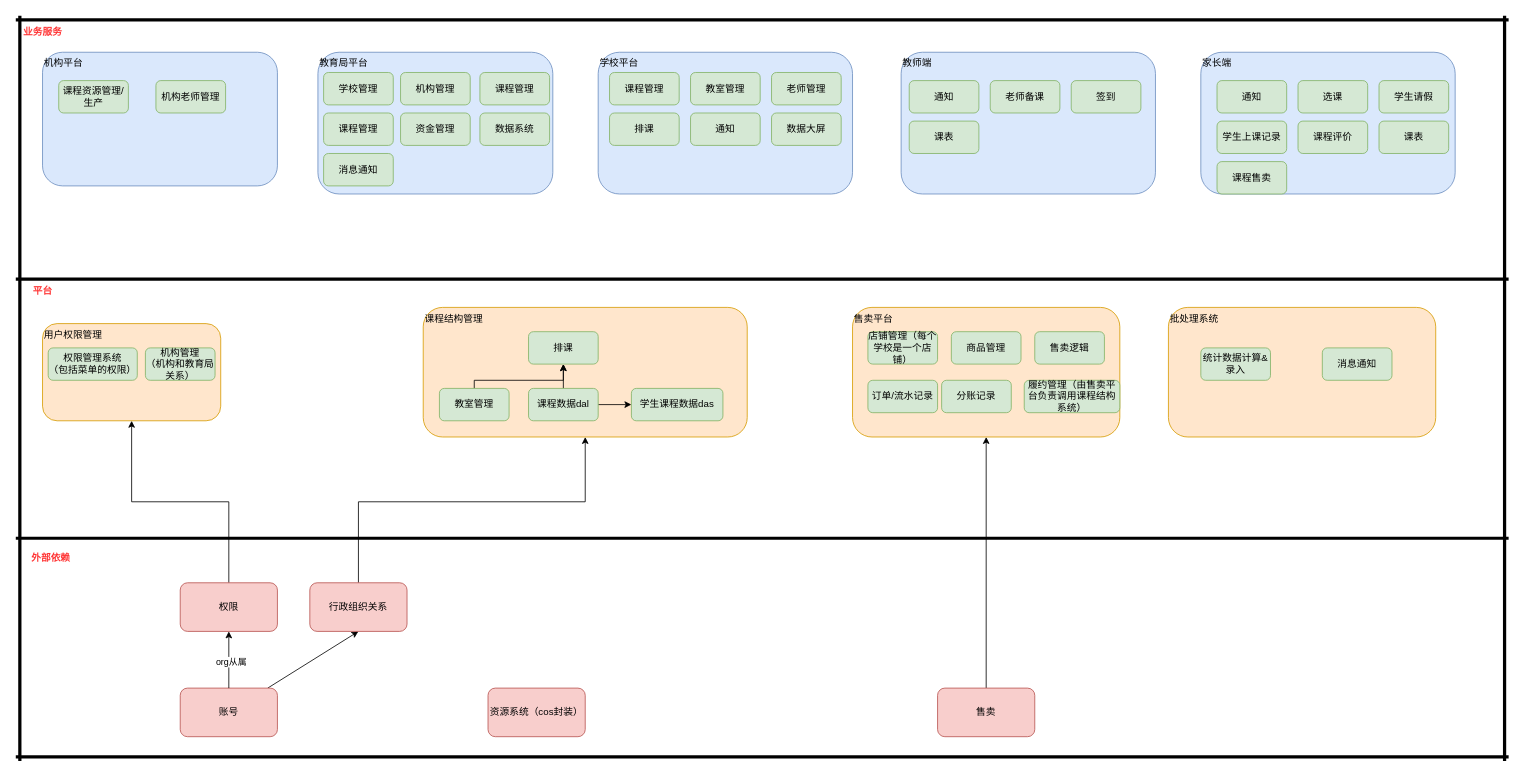
Before: 330-组织架构.drawio in wgyuuu/flow_chart, a draw.io diagram. Source tidied: cells renumbered, new cells numbered last; positions are measured from the earlier drawing's top-left corner, leaving out a move shared by most shapes. Both pictures are drawn from the tidied source at 81%, with x=0, y=0 at pixel (15, 15).
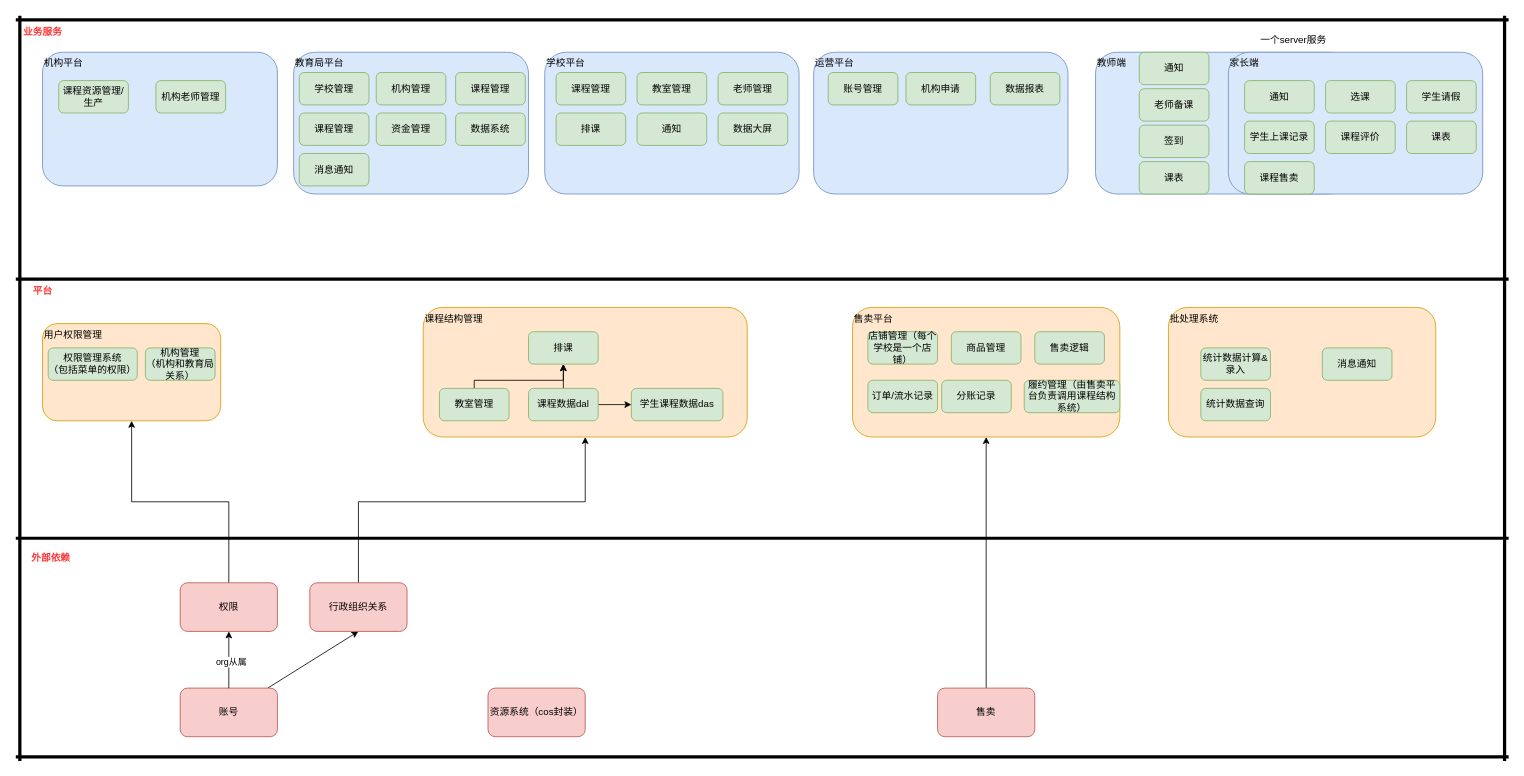
The same page after the edit.

Change to the diagram source:
```diff
@@
     <mxCell id="23" value="教育局平台" style="rounded=1;whiteSpace=wrap;html=1;align=left;verticalAlign=top;fillColor=#dae8fc;strokeColor=#6c8ebf;" parent="1" vertex="1">
-      <mxGeometry x="373" y="45" width="290" height="175" as="geometry" />
+      <mxGeometry x="343" y="45" width="290" height="175" as="geometry" />
     </mxCell>
@@
     <mxCell id="32" value="学校管理" style="rounded=1;whiteSpace=wrap;html=1;align=center;verticalAlign=middle;fillColor=#d5e8d4;strokeColor=#82b366;" parent="1" vertex="1">
-      <mxGeometry x="380" y="70" width="86" height="40" as="geometry" />
+      <mxGeometry x="350" y="70" width="86" height="40" as="geometry" />
     </mxCell>
     <mxCell id="33" value="机构管理" style="rounded=1;whiteSpace=wrap;html=1;align=center;verticalAlign=middle;fillColor=#d5e8d4;strokeColor=#82b366;" parent="1" vertex="1">
-      <mxGeometry x="475" y="70" width="86" height="40" as="geometry" />
+      <mxGeometry x="445" y="70" width="86" height="40" as="geometry" />
     </mxCell>
     <mxCell id="34" value="课程管理" style="rounded=1;whiteSpace=wrap;html=1;align=center;verticalAlign=middle;fillColor=#d5e8d4;strokeColor=#82b366;" parent="1" vertex="1">
-      <mxGeometry x="573" y="70" width="86" height="40" as="geometry" />
+      <mxGeometry x="543" y="70" width="86" height="40" as="geometry" />
     </mxCell>
     <mxCell id="35" value="课程管理" style="rounded=1;whiteSpace=wrap;html=1;align=center;verticalAlign=middle;fillColor=#d5e8d4;strokeColor=#82b366;" parent="1" vertex="1">
-      <mxGeometry x="380" y="120" width="86" height="40" as="geometry" />
+      <mxGeometry x="350" y="120" width="86" height="40" as="geometry" />
     </mxCell>
@@
     <mxCell id="37" value="资金管理" style="rounded=1;whiteSpace=wrap;html=1;align=center;verticalAlign=middle;fillColor=#d5e8d4;strokeColor=#82b366;" parent="1" vertex="1">
-      <mxGeometry x="475" y="120" width="86" height="40" as="geometry" />
+      <mxGeometry x="445" y="120" width="86" height="40" as="geometry" />
     </mxCell>
     <mxCell id="38" value="数据系统" style="rounded=1;whiteSpace=wrap;html=1;align=center;verticalAlign=middle;fillColor=#d5e8d4;strokeColor=#82b366;" parent="1" vertex="1">
-      <mxGeometry x="573" y="120" width="86" height="40" as="geometry" />
+      <mxGeometry x="543" y="120" width="86" height="40" as="geometry" />
     </mxCell>
@@
     <mxCell id="42" value="消息通知" style="rounded=1;whiteSpace=wrap;html=1;align=center;verticalAlign=middle;fillColor=#d5e8d4;strokeColor=#82b366;" parent="1" vertex="1">
-      <mxGeometry x="380" y="170" width="86" height="40" as="geometry" />
+      <mxGeometry x="350" y="170" width="86" height="40" as="geometry" />
     </mxCell>
     <mxCell id="43" value="学校平台" style="rounded=1;whiteSpace=wrap;html=1;align=left;verticalAlign=top;fillColor=#dae8fc;strokeColor=#6c8ebf;" parent="1" vertex="1">
-      <mxGeometry x="719" y="45" width="314" height="175" as="geometry" />
+      <mxGeometry x="653" y="45" width="314" height="175" as="geometry" />
     </mxCell>
     <mxCell id="44" value="课程管理" style="rounded=1;whiteSpace=wrap;html=1;align=center;verticalAlign=middle;fillColor=#d5e8d4;strokeColor=#82b366;" parent="1" vertex="1">
-      <mxGeometry x="733" y="70" width="86" height="40" as="geometry" />
+      <mxGeometry x="667" y="70" width="86" height="40" as="geometry" />
     </mxCell>
     <mxCell id="45" value="教室管理" style="rounded=1;whiteSpace=wrap;html=1;align=center;verticalAlign=middle;fillColor=#d5e8d4;strokeColor=#82b366;" parent="1" vertex="1">
-      <mxGeometry x="833" y="70" width="86" height="40" as="geometry" />
+      <mxGeometry x="767" y="70" width="86" height="40" as="geometry" />
     </mxCell>
     <mxCell id="46" value="老师管理" style="rounded=1;whiteSpace=wrap;html=1;align=center;verticalAlign=middle;fillColor=#d5e8d4;strokeColor=#82b366;" parent="1" vertex="1">
-      <mxGeometry x="933" y="70" width="86" height="40" as="geometry" />
+      <mxGeometry x="867" y="70" width="86" height="40" as="geometry" />
     </mxCell>
@@
     <mxCell id="49" value="排课" style="rounded=1;whiteSpace=wrap;html=1;align=center;verticalAlign=middle;fillColor=#d5e8d4;strokeColor=#82b366;" parent="1" vertex="1">
-      <mxGeometry x="733" y="120" width="86" height="40" as="geometry" />
+      <mxGeometry x="667" y="120" width="86" height="40" as="geometry" />
     </mxCell>
     <mxCell id="50" value="通知" style="rounded=1;whiteSpace=wrap;html=1;align=center;verticalAlign=middle;fillColor=#d5e8d4;strokeColor=#82b366;" parent="1" vertex="1">
-      <mxGeometry x="833" y="120" width="86" height="40" as="geometry" />
+      <mxGeometry x="767" y="120" width="86" height="40" as="geometry" />
     </mxCell>
     <mxCell id="51" value="数据大屏" style="rounded=1;whiteSpace=wrap;html=1;align=center;verticalAlign=middle;fillColor=#d5e8d4;strokeColor=#82b366;" parent="1" vertex="1">
-      <mxGeometry x="933" y="120" width="86" height="40" as="geometry" />
+      <mxGeometry x="867" y="120" width="86" height="40" as="geometry" />
     </mxCell>
     <mxCell id="52" value="教师端" style="rounded=1;whiteSpace=wrap;html=1;align=left;verticalAlign=top;fillColor=#dae8fc;strokeColor=#6c8ebf;" parent="1" vertex="1">
-      <mxGeometry x="1093" y="45" width="314" height="175" as="geometry" />
+      <mxGeometry x="1333" y="45" width="314" height="175" as="geometry" />
     </mxCell>
     <mxCell id="53" value="通知" style="rounded=1;whiteSpace=wrap;html=1;align=center;verticalAlign=middle;fillColor=#d5e8d4;strokeColor=#82b366;" parent="1" vertex="1">
-      <mxGeometry x="1103" y="80" width="86" height="40" as="geometry" />
+      <mxGeometry x="1387" y="45" width="86" height="40" as="geometry" />
     </mxCell>
     <mxCell id="54" value="老师备课" style="rounded=1;whiteSpace=wrap;html=1;align=center;verticalAlign=middle;fillColor=#d5e8d4;strokeColor=#82b366;" parent="1" vertex="1">
-      <mxGeometry x="1203" y="80" width="86" height="40" as="geometry" />
+      <mxGeometry x="1387" y="90" width="86" height="40" as="geometry" />
     </mxCell>
     <mxCell id="55" value="签到" style="rounded=1;whiteSpace=wrap;html=1;align=center;verticalAlign=middle;fillColor=#d5e8d4;strokeColor=#82b366;" parent="1" vertex="1">
-      <mxGeometry x="1303" y="80" width="86" height="40" as="geometry" />
+      <mxGeometry x="1387" y="135" width="86" height="40" as="geometry" />
     </mxCell>
     <mxCell id="56" value="课表" style="rounded=1;whiteSpace=wrap;html=1;align=center;verticalAlign=middle;fillColor=#d5e8d4;strokeColor=#82b366;" parent="1" vertex="1">
-      <mxGeometry x="1103" y="130" width="86" height="40" as="geometry" />
+      <mxGeometry x="1387" y="180" width="86" height="40" as="geometry" />
     </mxCell>
     <mxCell id="57" value="家长端" style="rounded=1;whiteSpace=wrap;html=1;align=left;verticalAlign=top;fillColor=#dae8fc;strokeColor=#6c8ebf;" parent="1" vertex="1">
-      <mxGeometry x="1463" y="45" width="314" height="175" as="geometry" />
+      <mxGeometry x="1497" y="45" width="314" height="175" as="geometry" />
     </mxCell>
     <mxCell id="58" value="通知" style="rounded=1;whiteSpace=wrap;html=1;align=center;verticalAlign=middle;fillColor=#d5e8d4;strokeColor=#82b366;" parent="1" vertex="1">
-      <mxGeometry x="1483" y="80" width="86" height="40" as="geometry" />
+      <mxGeometry x="1517" y="80" width="86" height="40" as="geometry" />
     </mxCell>
     <mxCell id="59" value="学生请假" style="rounded=1;whiteSpace=wrap;html=1;align=center;verticalAlign=middle;fillColor=#d5e8d4;strokeColor=#82b366;" parent="1" vertex="1">
-      <mxGeometry x="1683" y="80" width="86" height="40" as="geometry" />
+      <mxGeometry x="1717" y="80" width="86" height="40" as="geometry" />
     </mxCell>
     <mxCell id="60" value="选课" style="rounded=1;whiteSpace=wrap;html=1;align=center;verticalAlign=middle;fillColor=#d5e8d4;strokeColor=#82b366;" parent="1" vertex="1">
-      <mxGeometry x="1583" y="80" width="86" height="40" as="geometry" />
+      <mxGeometry x="1617" y="80" width="86" height="40" as="geometry" />
     </mxCell>
     <mxCell id="61" value="学生上课记录" style="rounded=1;whiteSpace=wrap;html=1;align=center;verticalAlign=middle;fillColor=#d5e8d4;strokeColor=#82b366;" parent="1" vertex="1">
-      <mxGeometry x="1483" y="130" width="86" height="40" as="geometry" />
+      <mxGeometry x="1517" y="130" width="86" height="40" as="geometry" />
     </mxCell>
     <mxCell id="62" value="课程评价" style="rounded=1;whiteSpace=wrap;html=1;align=center;verticalAlign=middle;fillColor=#d5e8d4;strokeColor=#82b366;" parent="1" vertex="1">
-      <mxGeometry x="1583" y="130" width="86" height="40" as="geometry" />
+      <mxGeometry x="1617" y="130" width="86" height="40" as="geometry" />
     </mxCell>
     <mxCell id="63" value="课表" style="rounded=1;whiteSpace=wrap;html=1;align=center;verticalAlign=middle;fillColor=#d5e8d4;strokeColor=#82b366;" parent="1" vertex="1">
-      <mxGeometry x="1683" y="130" width="86" height="40" as="geometry" />
+      <mxGeometry x="1717" y="130" width="86" height="40" as="geometry" />
     </mxCell>
     <mxCell id="64" value="课程售卖" style="rounded=1;whiteSpace=wrap;html=1;align=center;verticalAlign=middle;fillColor=#d5e8d4;strokeColor=#82b366;" parent="1" vertex="1">
-      <mxGeometry x="1483" y="180" width="86" height="40" as="geometry" />
+      <mxGeometry x="1517" y="180" width="86" height="40" as="geometry" />
     </mxCell>
@@
+    <mxCell id="74" value="一个server服务" style="text;html=1;align=center;verticalAlign=middle;strokeColor=none;fillColor=none;" parent="1" vertex="1">
+      <mxGeometry x="1527" y="20" width="100" height="20" as="geometry" />
+    </mxCell>
+    <mxCell id="75" value="运营平台" style="rounded=1;whiteSpace=wrap;html=1;align=left;verticalAlign=top;fillColor=#dae8fc;strokeColor=#6c8ebf;" parent="1" vertex="1">
+      <mxGeometry x="985" y="45" width="314" height="175" as="geometry" />
+    </mxCell>
+    <mxCell id="76" value="账号管理" style="rounded=1;whiteSpace=wrap;html=1;align=center;verticalAlign=middle;fillColor=#d5e8d4;strokeColor=#82b366;" parent="1" vertex="1">
+      <mxGeometry x="1003" y="70" width="86" height="40" as="geometry" />
+    </mxCell>
+    <mxCell id="77" value="机构申请" style="rounded=1;whiteSpace=wrap;html=1;align=center;verticalAlign=middle;fillColor=#d5e8d4;strokeColor=#82b366;" parent="1" vertex="1">
+      <mxGeometry x="1099" y="70" width="86" height="40" as="geometry" />
+    </mxCell>
+    <mxCell id="78" value="数据报表" style="rounded=1;whiteSpace=wrap;html=1;align=center;verticalAlign=middle;fillColor=#d5e8d4;strokeColor=#82b366;" parent="1" vertex="1">
+      <mxGeometry x="1203" y="70" width="86" height="40" as="geometry" />
+    </mxCell>
+    <mxCell id="79" value="统计数据查询" style="rounded=1;whiteSpace=wrap;html=1;align=center;verticalAlign=middle;fillColor=#d5e8d4;strokeColor=#82b366;" parent="1" vertex="1">
+      <mxGeometry x="1463" y="460" width="86" height="40" as="geometry" />
+    </mxCell>
```
